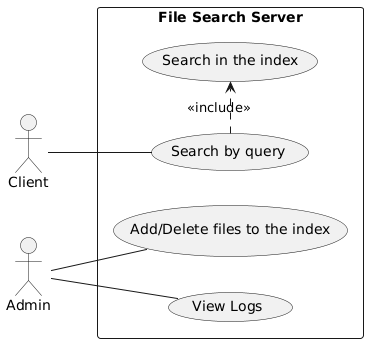
Earlier version of the PlantUML export docs/uml/usecase.png (ArtemLymarenko/parallel-course-work).
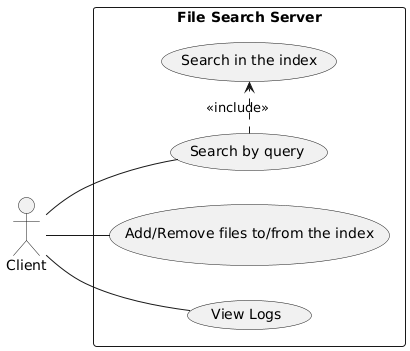
After the change.

The edit, as a diff of the source:
```diff
@@ -2,19 +2,18 @@
 left to right direction
 
 actor Client as C
-actor Admin as A
 
 rectangle "File Search Server" as server {
    usecase "Search by query" as SearchQuery
    usecase "Search in the index" as SearchInIndex
 
-   usecase "Add/Delete files to the index" as UpdateIndex
+   usecase "Add/Remove files to/from the index" as UpdateIndex
    usecase "View Logs" as EventLogging
 }
 
 C -- SearchQuery
-A -- UpdateIndex
-A -- EventLogging
+C -- UpdateIndex
+C -- EventLogging
 
 
 SearchQuery .> SearchInIndex : <<include>>
```
